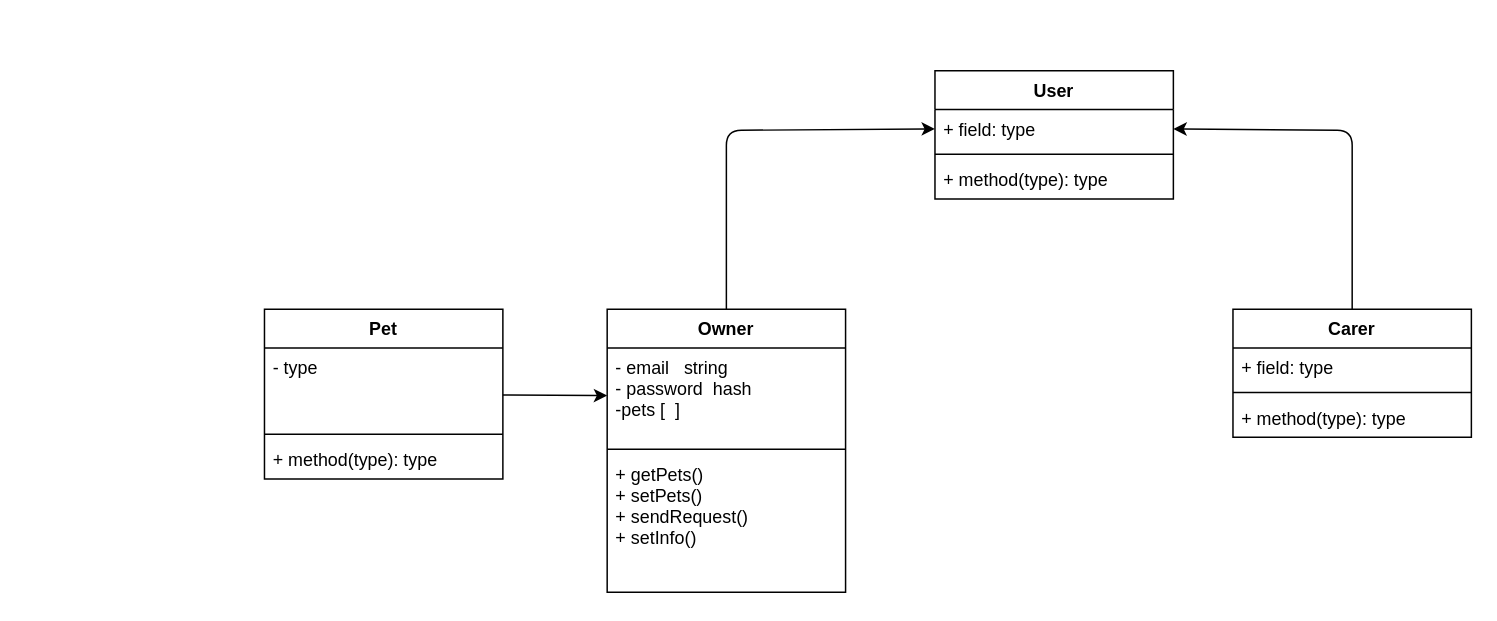
Earlier version of the draw.io diagram Docs/Web/Backend/classPHP.drawio (iagogonzalezborines/MascoTier_Project). Source tidied: cells renumbered, new cells numbered last; positions are measured from the earlier drawing's top-left corner, leaving out a move shared by most shapes. Both pictures are drawn from the tidied source at 149%, with x=0, y=0 at pixel (264, 70).
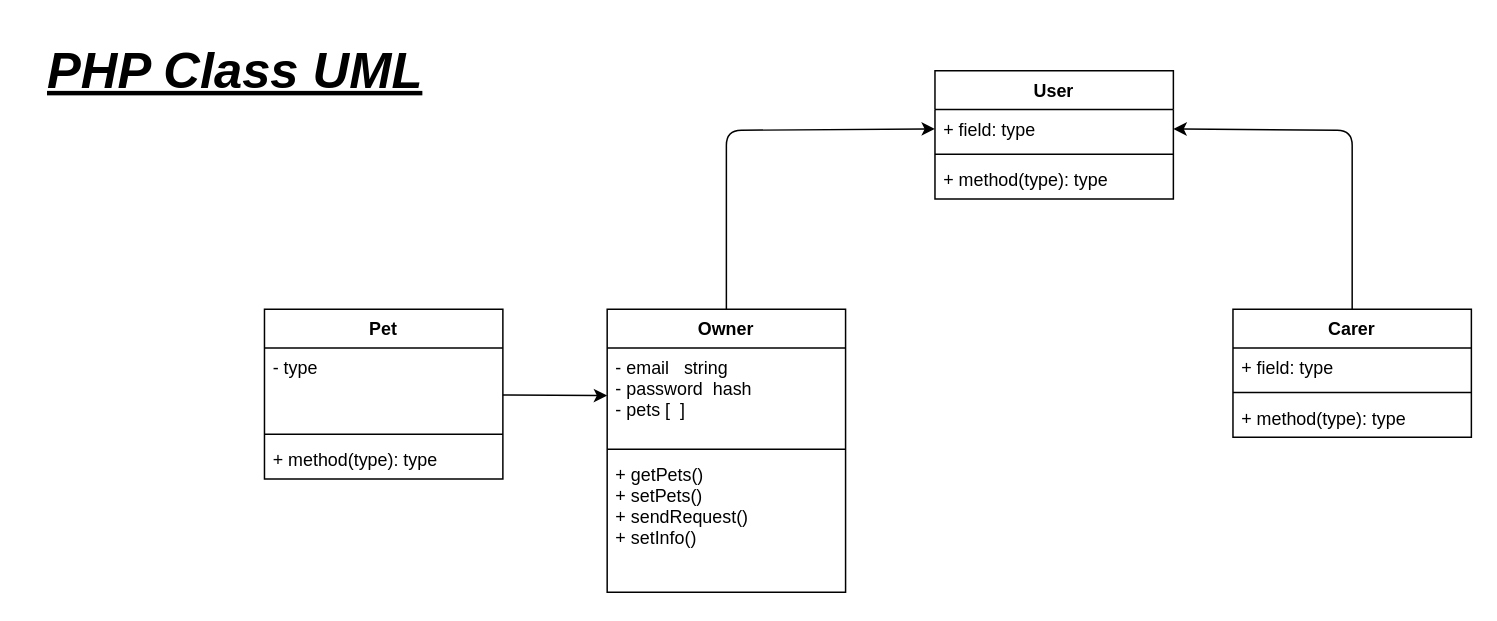
The same diagram, later.

Unchanged cells that the change refers to:
```xml
<mxCell id="3" value="Owner" style="swimlane;fontStyle=1;align=center;verticalAlign=top;horizontal=1;startSize=26;" parent="1" vertex="1">
  <mxGeometry x="230" y="160" width="160" height="190" as="geometry" />
</mxCell>
```

The edit, as a diff of the source:
```diff
@@
-    <mxCell id="4" value="- email   string&#10;- password  hash&#10;-pets [  ]" style="text;strokeColor=none;fillColor=none;align=left;verticalAlign=top;spacingLeft=4;spacingRight=4;overflow=hidden;points=[[0,0.5],[1,0.5]];portConstraint=eastwest;" parent="3" vertex="1">
+    <mxCell id="4" value="- email   string&#10;- password  hash&#10;- pets [  ]" style="text;strokeColor=none;fillColor=none;align=left;verticalAlign=top;spacingLeft=4;spacingRight=4;overflow=hidden;points=[[0,0.5],[1,0.5]];portConstraint=eastwest;" parent="3" vertex="1">
       <mxGeometry y="26" width="160" height="64" as="geometry" />
     </mxCell>
@@
+    <mxCell id="21" value="&lt;b style=&quot;font-size: 34px;&quot;&gt;&lt;u&gt;&lt;i&gt;PHP Class UML&lt;br&gt;&lt;/i&gt;&lt;/u&gt;&lt;/b&gt;" style="text;html=1;align=center;verticalAlign=middle;strokeColor=none;fillColor=none;" parent="1" vertex="1">
+      <mxGeometry x="-160" y="-30" width="280" height="60" as="geometry" />
+    </mxCell>
```
